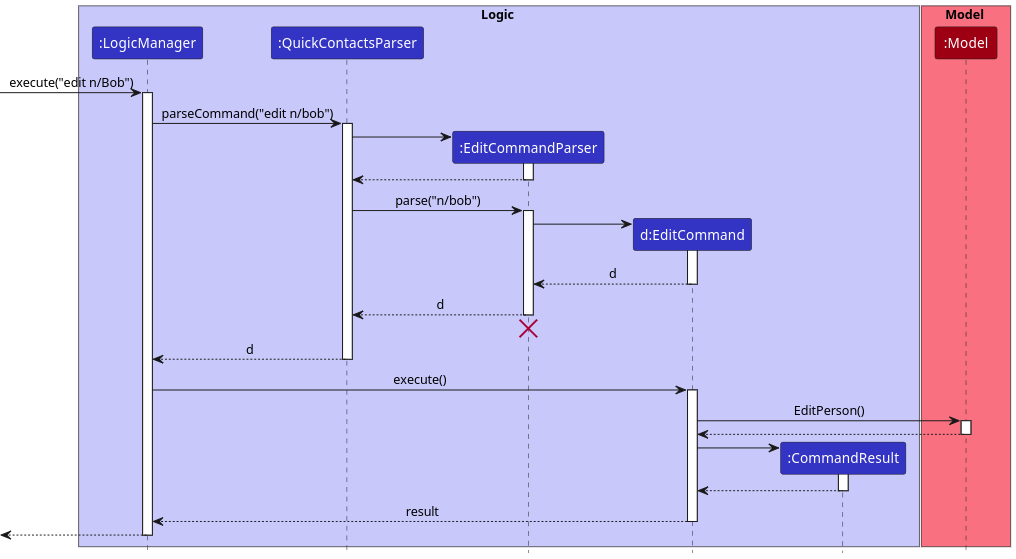
Earlier version of the PlantUML export docs/images/EditSequenceDiagram.png (nus-cs2103-AY2223S2/tp). Its source is kept beside it as docs/diagrams/EditSequenceDiagram.puml.
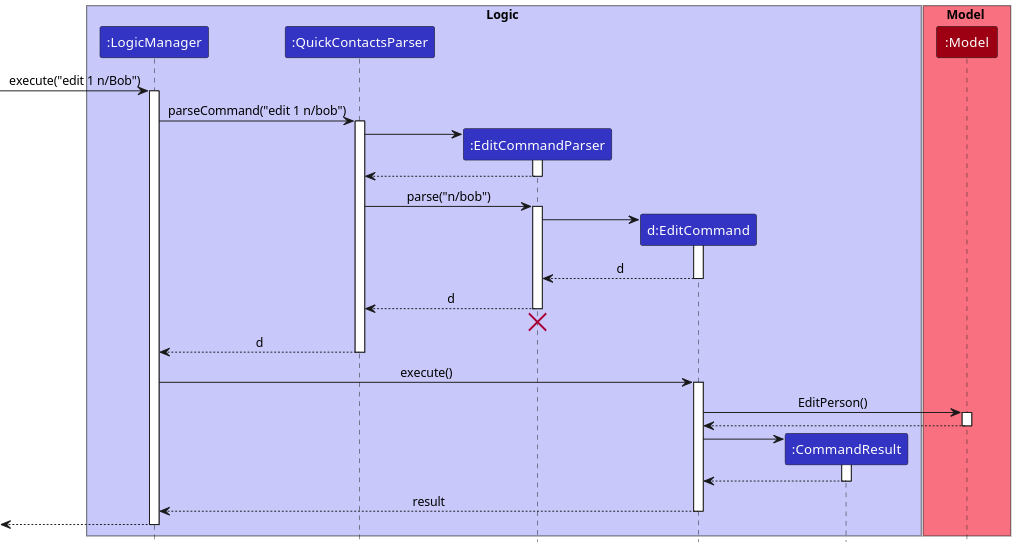
The same diagram one commit later.

The edit, as a diff of the source:
```diff
@@ -13,10 +13,10 @@
 participant ":Model" as Model MODEL_COLOR
 end box
 
-[-> LogicManager : execute("edit n/Bob")
+[-> LogicManager : execute("edit 1 n/Bob")
 activate LogicManager
 
-LogicManager -> QuickContactsParser : parseCommand("edit n/bob")
+LogicManager -> QuickContactsParser : parseCommand("edit 1 n/bob")
 activate QuickContactsParser
 
 create EditCommandParser
```
